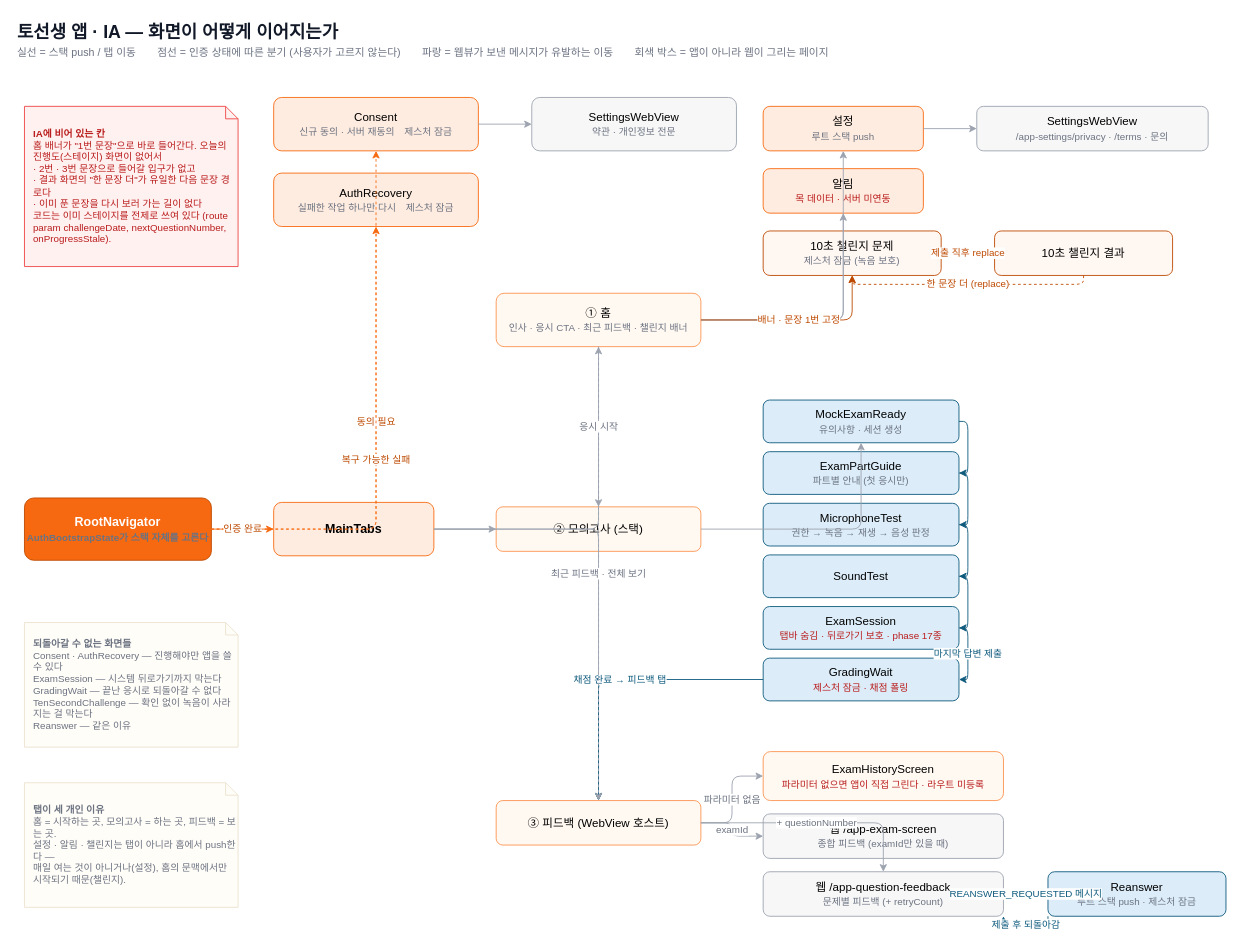
Before: docs/architecture/diagrams/04-ia.drawio in Too-Much-I/app-front-end, a draw.io diagram. Source tidied: cells renumbered, new cells numbered last; positions are measured from the earlier drawing's top-left corner, leaving out a move shared by most shapes. Both pictures are drawn from the tidied source at 89%, with x=0, y=0 at pixel (15, 15).
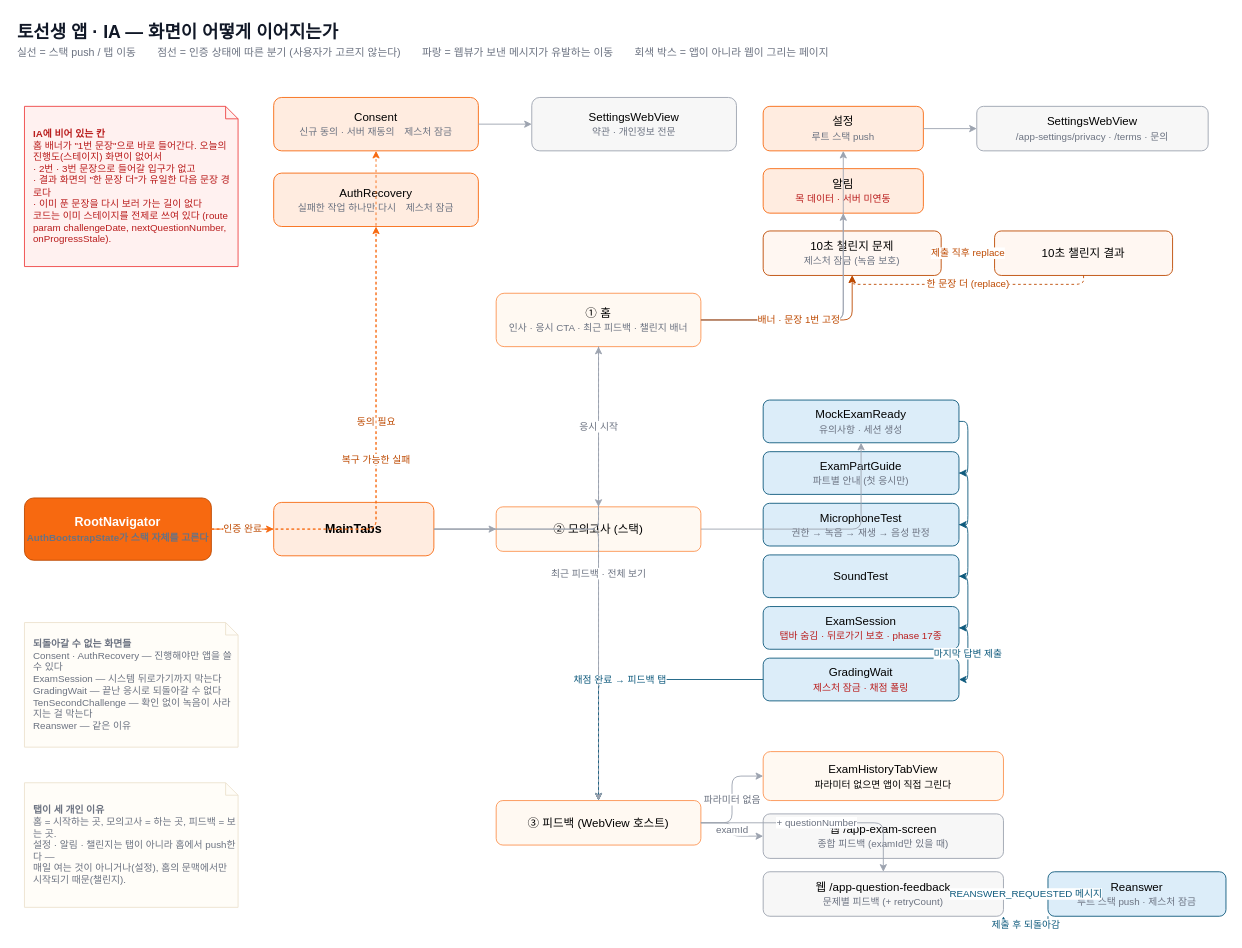
After the change.

Change to the diagram source:
```diff
@@
-    <mxCell id="23" value="ExamHistoryScreen&lt;br&gt;&lt;font style=&quot;font-size:11px;color:#B91C1C&quot;&gt;파라미터 없으면 앱이 직접 그린다 · 라우트 미등록&lt;/font&gt;" style="rounded=1;whiteSpace=wrap;html=1;fillColor=#FFF9F2;strokeColor=#FC9351;fontSize=13;" parent="1" vertex="1">
+    <mxCell id="23" value="ExamHistoryTabView&lt;br&gt;&lt;font style=&quot;font-size:11px&quot;&gt;파라미터 없으면 앱이 직접 그린다&lt;/font&gt;" style="rounded=1;whiteSpace=wrap;html=1;fillColor=#FFF9F2;strokeColor=#FC9351;fontSize=13;" parent="1" vertex="1">
       <mxGeometry x="840" y="827" width="270" height="55" as="geometry" />
     </mxCell>
```
